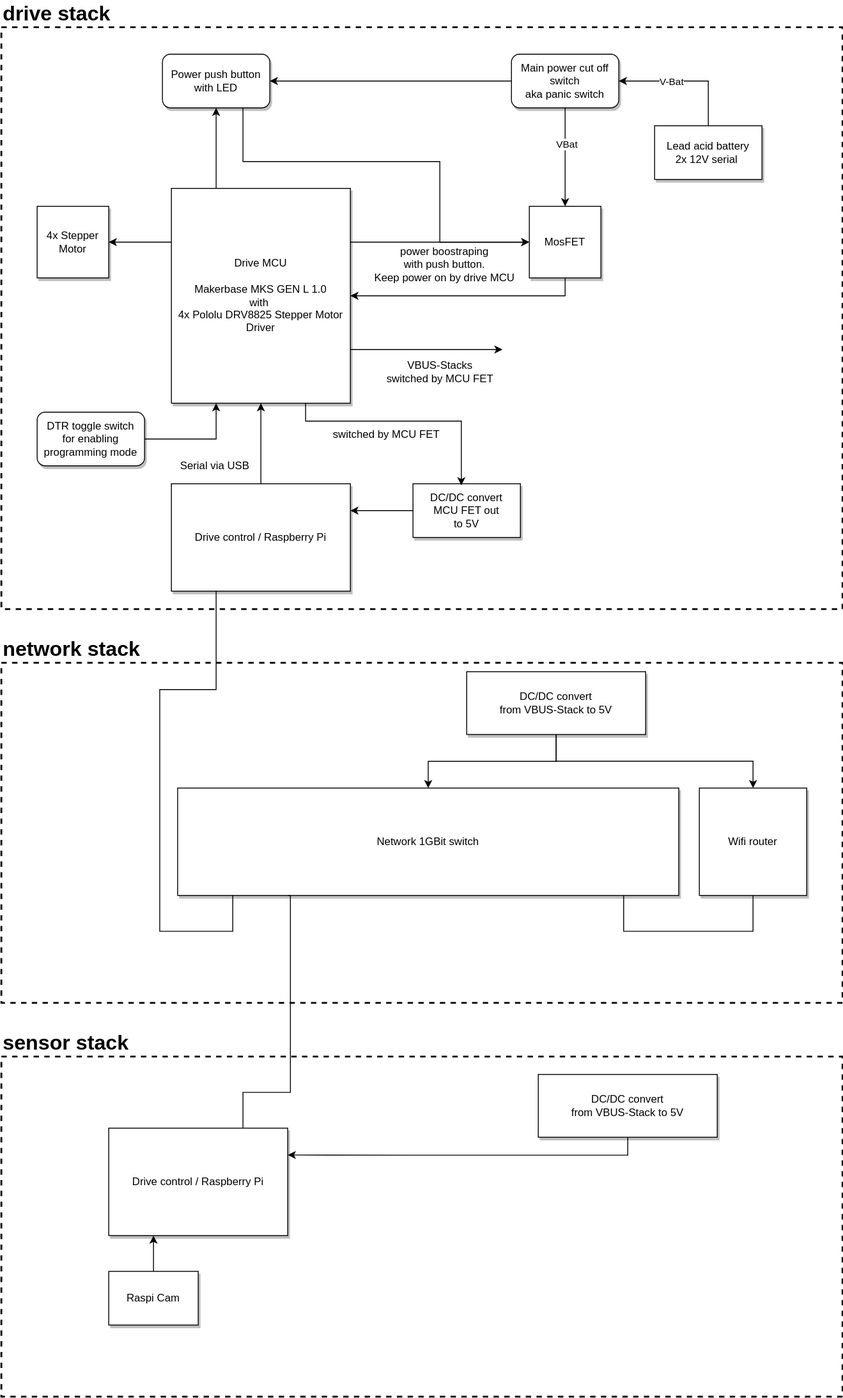
Before: doc/wiki_images/overview.drawio.svg, a diagram exported from draw.io (hackffm/SpaceShuttle). Source tidied: cells renumbered, new cells last; positions are measured from the earlier drawing's top-left corner, leaving out a move shared by most shapes.
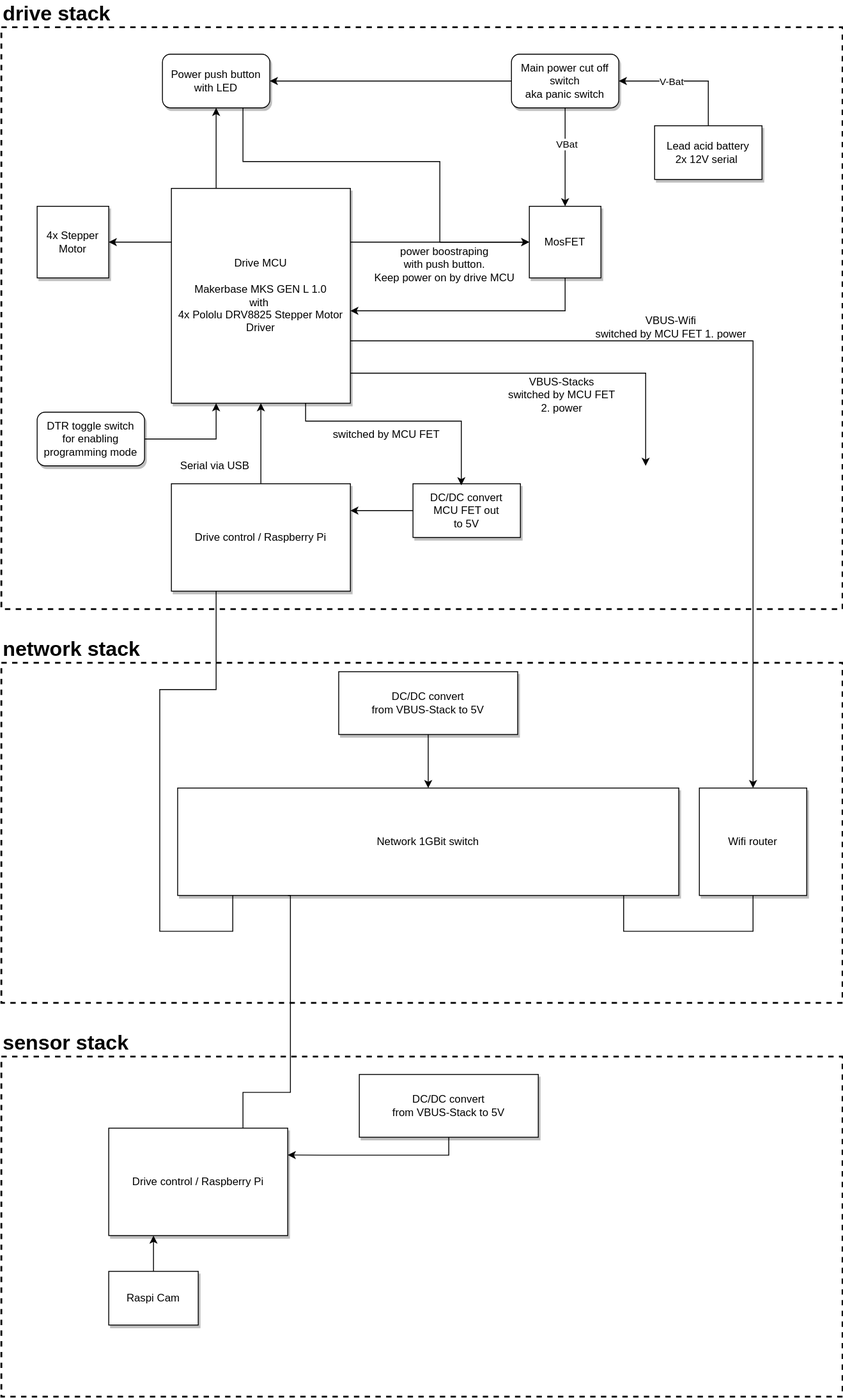
Later version of the same file.

The edit, as a diff of the source:
```diff
@@ -19,16 +19,8 @@
     <mxCell id="5" style="edgeStyle=orthogonalEdgeStyle;rounded=0;jettySize=auto;html=1;exitX=0.5;exitY=1;exitDx=0;exitDy=0;entryX=0.5;entryY=0;entryDx=0;entryDy=0;entryPerimeter=0;fontSize=12;" parent="2" edge="1" source="7" target="4">
       <mxGeometry relative="1" as="geometry" />
     </mxCell>
-    <mxCell id="6" style="edgeStyle=orthogonalEdgeStyle;rounded=0;jettySize=auto;html=1;exitX=0.5;exitY=1;exitDx=0;exitDy=0;fontSize=12;" parent="2" edge="1" source="7" target="8">
-      <mxGeometry relative="1" as="geometry">
-        <Array as="points">
-          <mxPoint x="620" y="110" />
-          <mxPoint x="840" y="110" />
-        </Array>
-      </mxGeometry>
-    </mxCell>
     <mxCell id="7" value="DC/DC convert &lt;br&gt;from VBUS-Stack to 5V" style="rounded=0;whiteSpace=wrap;html=1;shadow=1;" parent="2" vertex="1">
-      <mxGeometry x="520" y="10" width="200" height="70.2" as="geometry" />
+      <mxGeometry x="377" y="10" width="200" height="70.2" as="geometry" />
     </mxCell>
     <mxCell id="8" value="Wifi router" style="rounded=0;whiteSpace=wrap;html=1;shadow=1;glass=0;fontSize=12;strokeColor=default;strokeWidth=1;fillColor=default;" parent="2" vertex="1">
       <mxGeometry x="780" y="140" width="120" height="120" as="geometry" />
@@ -51,7 +43,7 @@
     <mxCell id="14" style="edgeStyle=orthogonalEdgeStyle;rounded=0;jettySize=auto;html=1;exitX=0.25;exitY=0;exitDx=0;exitDy=0;entryX=0.5;entryY=1;entryDx=0;entryDy=0;" parent="12" edge="1" source="15" target="13">
       <mxGeometry relative="1" as="geometry" />
     </mxCell>
-    <mxCell id="15" value="Drive MCU&lt;br&gt;&lt;br&gt;Makerbase MKS GEN L 1.0&lt;br&gt;with&amp;nbsp;&lt;br&gt;4x Pololu DRV8825 Stepper Motor Driver" style="rounded=0;whiteSpace=wrap;html=1;shadow=1;" parent="12" vertex="1">
+    <mxCell id="15" value="Drive MCU&lt;br&gt;&lt;br&gt;Makerbase MKS GEN L 1.0&lt;br&gt;with&amp;nbsp;&lt;br&gt;4x Pololu DRV8825 Stepper Motor Driver" style="rounded=0;whiteSpace=wrap;html=1;shadow=1;points=[[0,0,0,0,0],[0,0.25,0,0,0],[0,0.5,0,0,0],[0,0.75,0,0,0],[0,1,0,0,0],[0.25,0,0,0,0],[0.25,1,0,0,0],[0.5,0,0,0,0],[0.5,1,0,0,0],[0.75,0,0,0,0],[0.75,1,0,0,0],[1,0,0,0,0],[1,0.14,0,0,0],[1,0.29,0,0,0],[1,0.43,0,0,0],[1,0.57,0,0,0],[1,0.71,0,0,0],[1,0.86,0,0,0],[1,1,0,0,0]];" parent="12" vertex="1">
       <mxGeometry x="190" y="180" width="200" height="240" as="geometry" />
     </mxCell>
     <mxCell id="16" value="4x Stepper Motor" style="whiteSpace=wrap;html=1;shadow=1;" parent="12" vertex="1">
@@ -77,12 +69,8 @@
     <mxCell id="22" value="Lead acid battery&lt;br&gt;2x 12V serial&amp;nbsp;" style="rounded=0;whiteSpace=wrap;html=1;shadow=1;" parent="12" vertex="1">
       <mxGeometry x="730" y="110" width="120" height="60" as="geometry" />
     </mxCell>
-    <mxCell id="23" style="edgeStyle=orthogonalEdgeStyle;rounded=0;jettySize=auto;html=1;exitX=0.5;exitY=1;exitDx=0;exitDy=0;fontSize=23;" parent="12" edge="1" source="24" target="15">
-      <mxGeometry relative="1" as="geometry">
-        <Array as="points">
-          <mxPoint x="630" y="300" />
-        </Array>
-      </mxGeometry>
+    <mxCell id="23" style="edgeStyle=orthogonalEdgeStyle;rounded=0;jettySize=auto;html=1;exitX=0.5;exitY=1;exitDx=0;exitDy=0;entryX=1;entryY=0.57;entryDx=0;entryDy=0;entryPerimeter=0;" parent="12" edge="1" source="24" target="15">
+      <mxGeometry relative="1" as="geometry" />
     </mxCell>
     <mxCell id="24" value="MosFET" style="whiteSpace=wrap;html=1;shadow=1;" parent="12" vertex="1">
       <mxGeometry x="590" y="200" width="80" height="80" as="geometry" />
@@ -139,12 +127,15 @@
         </Array>
       </mxGeometry>
     </mxCell>
+    <mxCell id="38" value="&lt;div&gt;switched by MCU FET&lt;br&gt;&lt;/div&gt;" style="text;html=1;align=center;verticalAlign=middle;strokeColor=none;fillColor=none;" parent="12" vertex="1">
+      <mxGeometry x="365" y="445" width="130" height="20" as="geometry" />
+    </mxCell>
-    <mxCell id="37" value="&lt;div&gt;VBUS-Stacks&lt;/div&gt;&lt;div&gt;switched by MCU FET&lt;br&gt;&lt;/div&gt;" style="text;html=1;align=center;verticalAlign=middle;strokeColor=none;fillColor=none;" parent="12" vertex="1">
-      <mxGeometry x="425" y="370" width="130" height="30" as="geometry" />
+    <mxCell id="37" value="&lt;div&gt;VBUS-Stacks&lt;/div&gt;&lt;div&gt;switched by MCU FET&lt;br&gt;&lt;/div&gt;&lt;div&gt;2. power&lt;/div&gt;" style="text;html=1;align=center;verticalAlign=middle;strokeColor=none;fillColor=none;" parent="12" vertex="1">
+      <mxGeometry x="561" y="386" width="130" height="50" as="geometry" />
     </mxCell>
-    <mxCell id="38" value="&lt;div&gt;switched by MCU FET&lt;br&gt;&lt;/div&gt;" style="text;html=1;align=center;verticalAlign=middle;strokeColor=none;fillColor=none;" parent="12" vertex="1">
-      <mxGeometry x="365" y="445" width="130" height="20" as="geometry" />
-    </mxCell>
+    <mxCell id="50" value="&lt;div&gt;VBUS-Wifi&lt;/div&gt;&lt;div&gt;switched by MCU FET 1. power&lt;/div&gt;" style="text;html=1;align=center;verticalAlign=middle;strokeColor=none;fillColor=none;" parent="12" vertex="1">
+      <mxGeometry x="658" y="320" width="180" height="30" as="geometry" />
+    </mxCell>
     <mxCell id="39" value="Serial via USB&amp;nbsp;" style="text;html=1;align=center;verticalAlign=middle;strokeColor=none;fillColor=none;" parent="11" vertex="1">
       <mxGeometry x="190" y="480" width="100" height="20" as="geometry" />
     </mxCell>
@@ -155,7 +146,7 @@
       <mxGeometry relative="1" as="geometry" />
     </mxCell>
     <mxCell id="42" value="DC/DC convert &lt;br&gt;from VBUS-Stack to 5V" style="rounded=0;whiteSpace=wrap;html=1;shadow=1;" parent="40" vertex="1">
-      <mxGeometry x="600" y="20" width="200" height="70.2" as="geometry" />
+      <mxGeometry x="400" y="20" width="200" height="70.2" as="geometry" />
     </mxCell>
     <mxCell id="43" value="Drive control / Raspberry Pi" style="rounded=0;whiteSpace=wrap;html=1;shadow=1;" parent="40" vertex="1">
       <mxGeometry x="120" y="80" width="200" height="120" as="geometry" />
@@ -187,10 +178,13 @@
         </Array>
       </mxGeometry>
     </mxCell>
-    <mxCell id="49" style="edgeStyle=orthogonalEdgeStyle;rounded=0;jettySize=auto;html=1;exitX=1;exitY=0.75;exitDx=0;exitDy=0;" parent="1" edge="1" source="15">
-      <mxGeometry relative="1" as="geometry">
-        <mxPoint x="560" y="390" as="targetPoint" />
-      </mxGeometry>
-    </mxCell>
+    <mxCell id="51" style="edgeStyle=orthogonalEdgeStyle;rounded=0;jettySize=auto;html=1;exitX=1;exitY=0.86;exitDx=0;exitDy=0;exitPerimeter=0;" parent="1" edge="1" source="15">
+      <mxGeometry relative="1" as="geometry">
+        <mxPoint x="720" y="520" as="targetPoint" />
+      </mxGeometry>
+    </mxCell>
+    <mxCell id="52" style="edgeStyle=orthogonalEdgeStyle;rounded=0;jettySize=auto;html=1;exitX=1;exitY=0.71;exitDx=0;exitDy=0;exitPerimeter=0;entryX=0.5;entryY=0;entryDx=0;entryDy=0;" parent="1" edge="1" source="15" target="8">
+      <mxGeometry relative="1" as="geometry" />
+    </mxCell>
   </root>
 </mxGraphModel>
```
